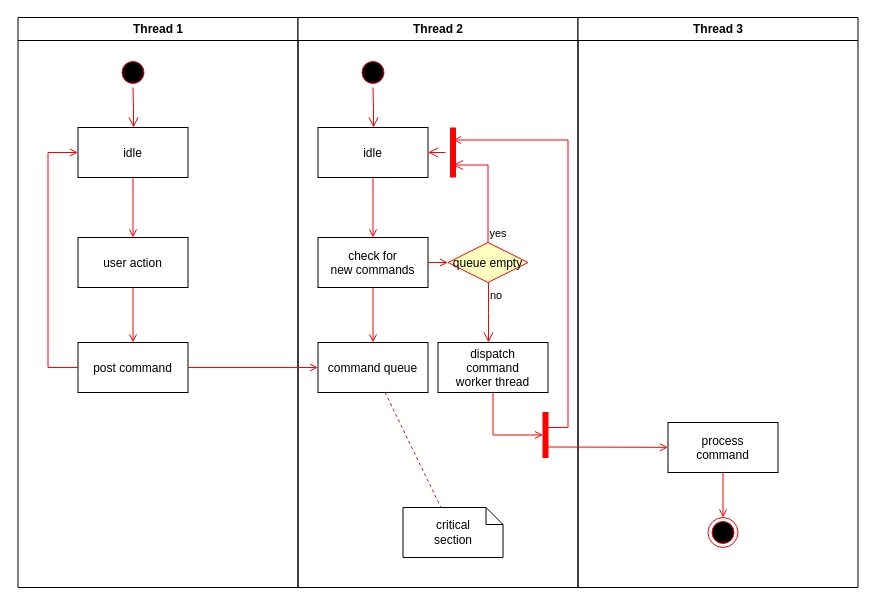
This is UML/test.drawio from learningWu/draw.io, a draw.io file, before an edit. Source tidied: cells renumbered, new cells numbered last; positions are measured from the earlier drawing's top-left corner, leaving out a move shared by most shapes. Both pictures are drawn from the tidied source at 100%, with x=0, y=0 at pixel (17, 17).
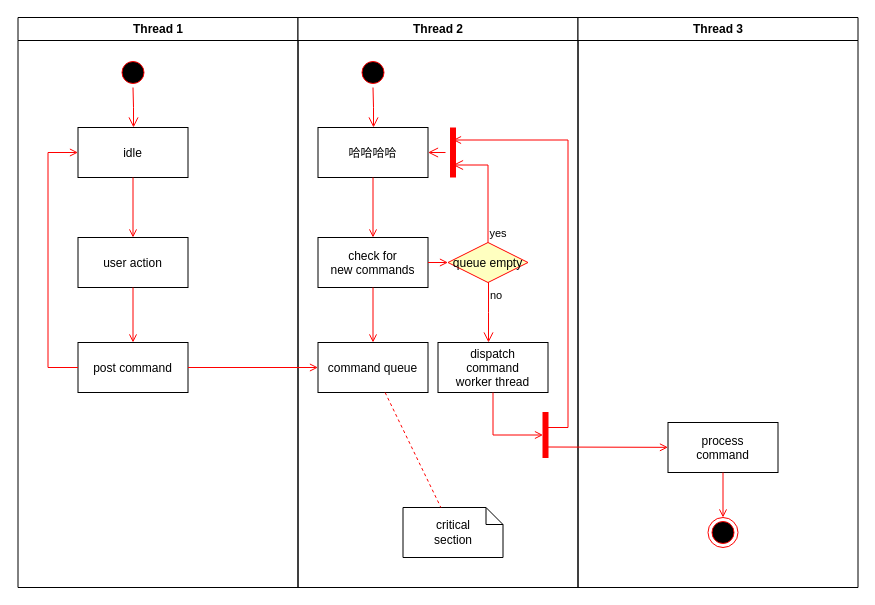
The same page after the edit.

The change refers to these unchanged cells:
```xml
<mxCell id="11" value="Thread 2" style="swimlane;whiteSpace=wrap;" parent="1" vertex="1">
  <mxGeometry x="280.5" width="280" height="570" as="geometry" />
</mxCell>
```

What changed in the source:
```diff
@@
-    <mxCell id="14" value="idle" parent="11" vertex="1">
+    <mxCell id="14" value="哈哈哈哈" parent="11" vertex="1">
       <mxGeometry x="20" y="110" width="110" height="50" as="geometry" />
     </mxCell>
```
